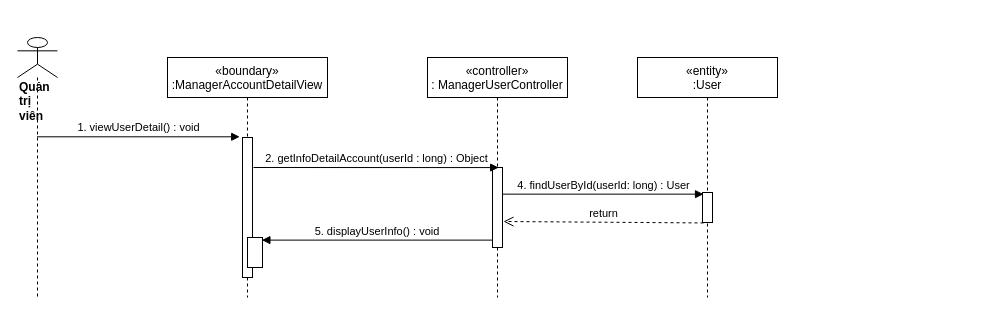
Earlier version of the draw.io diagram sequence diagram/view-UserDetail-Info-.drawio (nguyenphamvan/datn_20202). Source tidied: cells renumbered, new cells numbered last; positions are measured from the earlier drawing's top-left corner, leaving out a move shared by most shapes. Both pictures are drawn from the tidied source at 100%, with x=0, y=0 at pixel (17, 37).
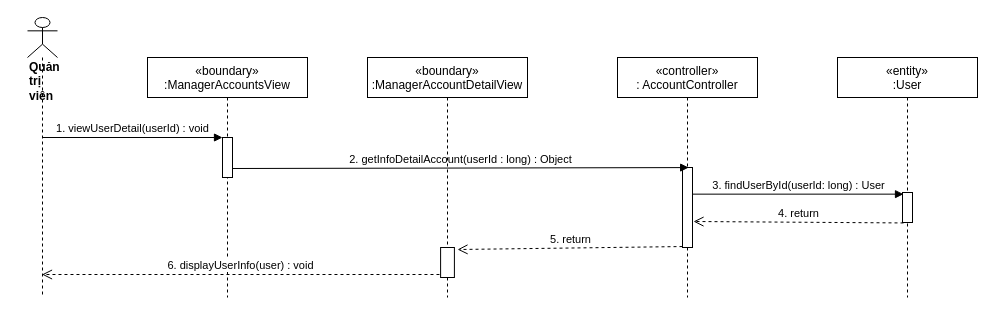
Above is the later version.

Diff of the diagram source:
```diff
@@
 <mxGraphModel>
   <root>
     <mxCell id="0" />
     <mxCell id="1" parent="0" />
-    <mxCell id="2" value="«controller»&#10;: ManagerUserController" style="shape=umlLifeline;perimeter=lifelinePerimeter;rounded=0;shadow=0;strokeWidth=1;" parent="1" vertex="1">
-      <mxGeometry x="410" y="20" width="140" height="240" as="geometry" />
+    <mxCell id="2" value="«controller»&#10;: AccountController" style="shape=umlLifeline;perimeter=lifelinePerimeter;rounded=0;shadow=0;strokeWidth=1;" parent="1" vertex="1">
+      <mxGeometry x="600" y="20" width="140" height="240" as="geometry" />
     </mxCell>
     <mxCell id="3" style="points=[];perimeter=orthogonalPerimeter;rounded=0;shadow=0;strokeWidth=1;" parent="2" vertex="1">
       <mxGeometry x="65" y="110" width="10" height="80" as="geometry" />
     </mxCell>
     <mxCell id="4" value="&lt;div&gt;&lt;b&gt;Quản trị viên&lt;/b&gt;&lt;/div&gt;" style="shape=umlLifeline;participant=umlActor;perimeter=lifelinePerimeter;whiteSpace=wrap;html=1;verticalAlign=top;spacingTop=36;outlineConnect=0;align=left;size=40;" parent="1" vertex="1">
-      <mxGeometry width="40" height="260" as="geometry" />
+      <mxGeometry x="10" y="-20" width="30" height="280" as="geometry" />
     </mxCell>
-    <mxCell id="5" value="2. getInfoDetailAccount(userId : long) : Object" style="html=1;verticalAlign=bottom;endArrow=block;entryX=0.617;entryY=0.001;entryDx=0;entryDy=0;entryPerimeter=0;" parent="1" edge="1" target="3">
-      <mxGeometry relative="1" as="geometry">
-        <mxPoint x="236" y="130" as="sourcePoint" />
-      </mxGeometry>
+    <mxCell id="5" value="2. getInfoDetailAccount(userId : long) : Object" style="html=1;verticalAlign=bottom;endArrow=block;entryX=0.617;entryY=0.001;entryDx=0;entryDy=0;entryPerimeter=0;exitX=1;exitY=0.775;exitDx=0;exitDy=0;exitPerimeter=0;" parent="1" edge="1" source="16" target="3">
+      <mxGeometry relative="1" as="geometry" />
     </mxCell>
-    <mxCell id="6" value="5. displayUserInfo() : void" style="verticalAlign=bottom;endArrow=block;shadow=0;strokeWidth=1;entryX=0.96;entryY=0.087;entryDx=0;entryDy=0;entryPerimeter=0;" parent="1" edge="1" source="3" target="13">
-      <mxGeometry relative="1" as="geometry" />
-    </mxCell>
     <mxCell id="7" value="«entity»&#10;:User" style="shape=umlLifeline;perimeter=lifelinePerimeter;rounded=0;shadow=0;strokeWidth=1;" parent="1" vertex="1">
-      <mxGeometry x="620" y="20" width="140" height="240" as="geometry" />
+      <mxGeometry x="820" y="20" width="140" height="240" as="geometry" />
     </mxCell>
     <mxCell id="8" style="points=[];perimeter=orthogonalPerimeter;rounded=0;shadow=0;strokeWidth=1;" parent="7" vertex="1">
       <mxGeometry x="65" y="135" width="10" height="30" as="geometry" />
     </mxCell>
-    <mxCell id="9" value="4. findUserById(userId: long) : User" style="html=1;verticalAlign=bottom;endArrow=block;entryX=0.1;entryY=0.055;entryDx=0;entryDy=0;entryPerimeter=0;" parent="1" edge="1" source="3" target="8">
+    <mxCell id="9" value="3. findUserById(userId: long) : User" style="html=1;verticalAlign=bottom;endArrow=block;entryX=0.1;entryY=0.055;entryDx=0;entryDy=0;entryPerimeter=0;" parent="1" edge="1" source="3" target="8">
       <mxGeometry relative="1" as="geometry" />
     </mxCell>
-    <mxCell id="10" value="return" style="html=1;verticalAlign=bottom;endArrow=open;dashed=1;endSize=8;exitX=0.1;exitY=1.015;exitDx=0;exitDy=0;exitPerimeter=0;entryX=1.1;entryY=0.675;entryDx=0;entryDy=0;entryPerimeter=0;" parent="1" edge="1" source="8" target="3">
+    <mxCell id="10" value="4. return" style="html=1;verticalAlign=bottom;endArrow=open;dashed=1;endSize=8;exitX=0.1;exitY=1.015;exitDx=0;exitDy=0;exitPerimeter=0;entryX=1.1;entryY=0.675;entryDx=0;entryDy=0;entryPerimeter=0;" parent="1" edge="1" source="8" target="3">
       <mxGeometry relative="1" as="geometry" />
     </mxCell>
     <mxCell id="11" value="«boundary»&#10;:ManagerAccountDetailView" style="shape=umlLifeline;perimeter=lifelinePerimeter;rounded=0;shadow=0;strokeWidth=1;" parent="1" vertex="1">
-      <mxGeometry x="150" y="20" width="160" height="240" as="geometry" />
+      <mxGeometry x="350" y="20" width="160" height="240" as="geometry" />
     </mxCell>
-    <mxCell id="12" style="points=[];perimeter=orthogonalPerimeter;rounded=0;shadow=0;strokeWidth=1;" parent="11" vertex="1">
-      <mxGeometry x="75" y="80" width="10" height="140" as="geometry" />
-    </mxCell>
     <mxCell id="13" style="html=1;points=[];perimeter=orthogonalPerimeter;" parent="11" vertex="1">
-      <mxGeometry x="80" y="180" width="15" height="30" as="geometry" />
+      <mxGeometry x="73.1" y="190" width="13.8" height="30" as="geometry" />
     </mxCell>
-    <mxCell id="14" value="1. viewUserDetail() : void" style="html=1;verticalAlign=bottom;endArrow=block;entryX=-0.28;entryY=-0.005;entryDx=0;entryDy=0;entryPerimeter=0;" parent="1" edge="1" source="4" target="12">
+    <mxCell id="14" value="1. viewUserDetail(userId) : void" style="html=1;verticalAlign=bottom;endArrow=block;entryX=0;entryY=0;entryDx=0;entryDy=0;entryPerimeter=0;" parent="1" edge="1" source="4" target="16">
       <mxGeometry relative="1" as="geometry" />
     </mxCell>
+    <mxCell id="15" value="«boundary»&#10;:ManagerAccountsView" style="shape=umlLifeline;perimeter=lifelinePerimeter;rounded=0;shadow=0;strokeWidth=1;" parent="1" vertex="1">
+      <mxGeometry x="130" y="20" width="160" height="240" as="geometry" />
+    </mxCell>
+    <mxCell id="16" style="points=[];perimeter=orthogonalPerimeter;rounded=0;shadow=0;strokeWidth=1;" parent="15" vertex="1">
+      <mxGeometry x="75" y="80" width="10" height="40" as="geometry" />
+    </mxCell>
+    <mxCell id="6" value="5. return" style="html=1;verticalAlign=bottom;endArrow=open;dashed=1;endSize=8;exitX=0;exitY=0.988;exitDx=0;exitDy=0;exitPerimeter=0;entryX=1.227;entryY=0.067;entryDx=0;entryDy=0;entryPerimeter=0;" parent="1" edge="1" source="3" target="13">
+      <mxGeometry relative="1" as="geometry" />
+    </mxCell>
+    <mxCell id="17" value="&lt;span style=&quot;color: rgb(0 , 0 , 0) ; font-family: &amp;#34;helvetica&amp;#34; ; font-size: 11px ; font-style: normal ; font-weight: 400 ; letter-spacing: normal ; text-align: center ; text-indent: 0px ; text-transform: none ; word-spacing: 0px ; background-color: rgb(255 , 255 , 255) ; display: inline ; float: none&quot;&gt;6. displayUserInfo(user) : void&lt;/span&gt;" style="html=1;verticalAlign=bottom;endArrow=open;dashed=1;endSize=8;exitX=-0.082;exitY=0.9;exitDx=0;exitDy=0;exitPerimeter=0;" parent="1" edge="1" source="13" target="4">
+      <mxGeometry relative="1" as="geometry" />
+    </mxCell>
   </root>
 </mxGraphModel>
```
